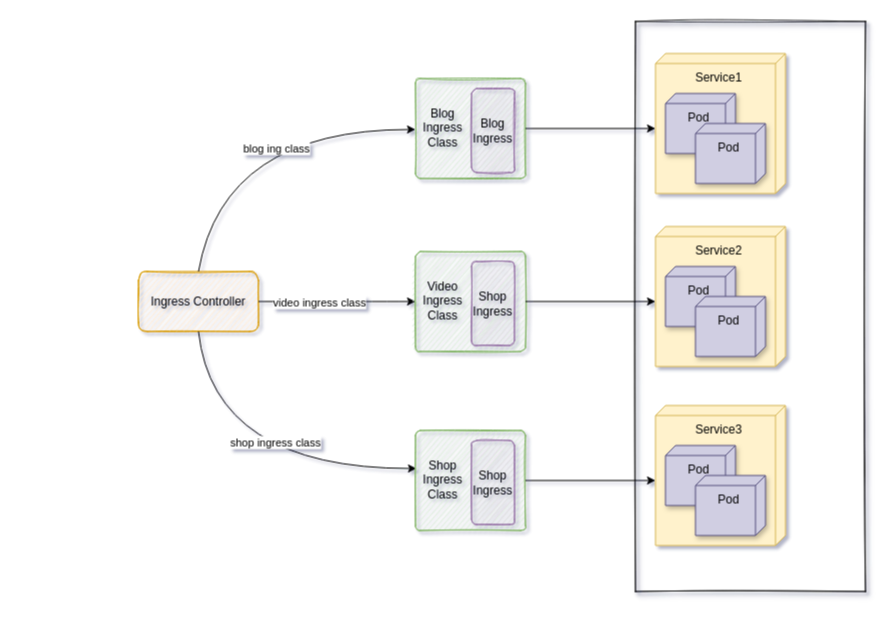
The draw.io diagram k8s架构图/k8s-ingress.drawio in gxstax/system-diagram, before the edit. Source tidied: cells renumbered, new cells numbered last; positions are measured from the earlier drawing's top-left corner, leaving out a move shared by most shapes. Both pictures are drawn from the tidied source at 100%, with x=0, y=0 at pixel (138, 21).
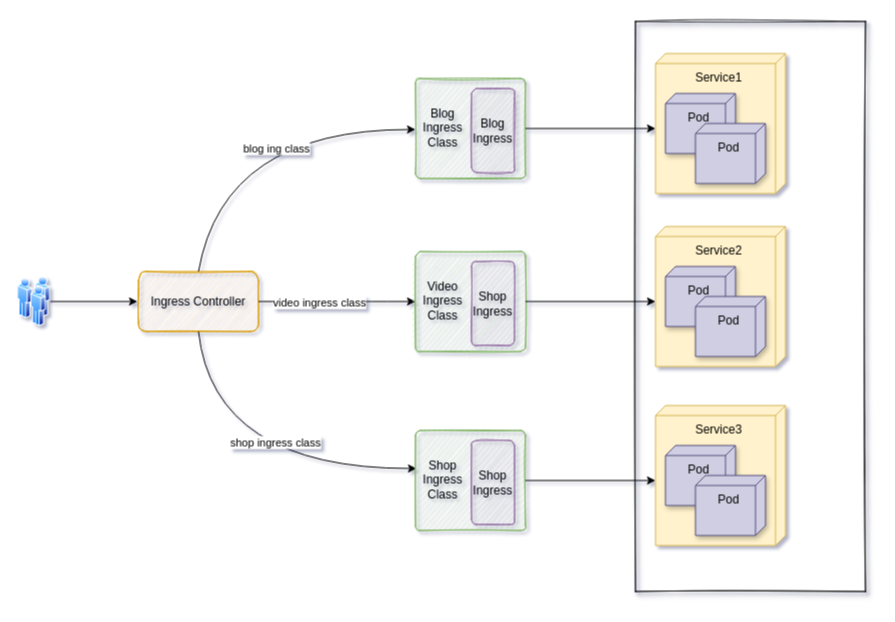
Above is the later version.

Commit message:
增加客户端

Change to the diagram source:
```diff
@@
+    <mxCell id="31" style="perimeter=ellipsePerimeter;html=1;align=center;shadow=0;dashed=0;spacingTop=3;image;image=img/lib/active_directory/users.svg;" parent="1" vertex="1">
+      <mxGeometry x="-121" y="255" width="33" height="50" as="geometry" />
+    </mxCell>
+    <mxCell id="32" style="edgeStyle=elbowEdgeStyle;elbow=horizontal;endArrow=classic;html=1;rounded=0;" parent="1" edge="1" source="31">
+      <mxGeometry relative="1" as="geometry">
+        <mxPoint x="-1" y="280" as="targetPoint" />
+      </mxGeometry>
+    </mxCell>
```
